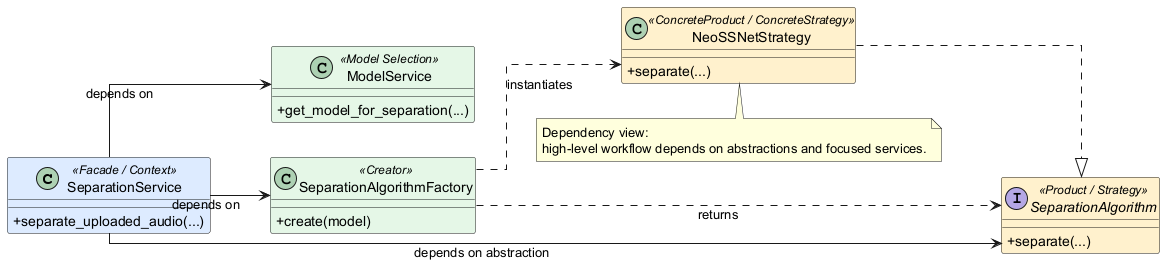
Earlier version of the PlantUML export docs/software_design_report/diagrams/img/overall_alt_dependency_view.png (ASHRAF-2004/Machine-Learning-Based-System-for-Cardiopulmonary-Sound-Separation). Its diagram source:
```plantuml
@startuml

left to right direction
skinparam classAttributeIconSize 0
skinparam linetype ortho
skinparam shadowing false

class "SeparationService" as Service <<Facade / Context>> #DCEBFF {
  +separate_uploaded_audio(...)
}

class "ModelService" as ModelService <<Model Selection>> #E4F7E7 {
  +get_model_for_separation(...)
}

class "SeparationAlgorithmFactory" as Factory <<Creator>> #E4F7E7 {
  +create(model)
}

interface "SeparationAlgorithm" as Algorithm <<Product / Strategy>> #FFF1CC {
  +separate(...)
}

class "NeoSSNetStrategy" as NeoSSNet <<ConcreteProduct / ConcreteStrategy>> #FFF1CC {
  +separate(...)
}

Service --> ModelService : depends on
Service --> Factory : depends on
Service --> Algorithm : depends on abstraction
Factory ..> Algorithm : returns
Factory ..> NeoSSNet : instantiates
NeoSSNet ..|> Algorithm

note bottom
  Dependency view:
  high-level workflow depends on abstractions and focused services.
end note

@enduml
```
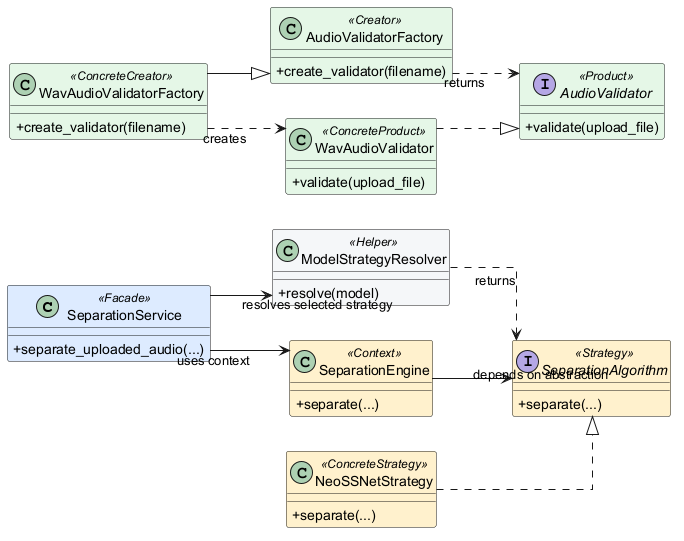
Above is the later version.

The edit, as a diff of the source:
```diff
@@ -5,36 +5,50 @@
 skinparam linetype ortho
 skinparam shadowing false
 
-class "SeparationService" as Service <<Facade / Context>> #DCEBFF {
+class "SeparationService" as Service <<Facade>> #DCEBFF {
   +separate_uploaded_audio(...)
 }
 
-class "ModelService" as ModelService <<Model Selection>> #E4F7E7 {
-  +get_model_for_separation(...)
+class "ModelStrategyResolver" as Resolver <<Helper>> #F4F6F8 {
+  +resolve(model)
 }
 
-class "SeparationAlgorithmFactory" as Factory <<Creator>> #E4F7E7 {
-  +create(model)
-}
-
-interface "SeparationAlgorithm" as Algorithm <<Product / Strategy>> #FFF1CC {
+class "SeparationEngine" as Engine <<Context>> #FFF1CC {
   +separate(...)
 }
 
-class "NeoSSNetStrategy" as NeoSSNet <<ConcreteProduct / ConcreteStrategy>> #FFF1CC {
+interface "SeparationAlgorithm" as Algorithm <<Strategy>> #FFF1CC {
   +separate(...)
 }
 
-Service --> ModelService : depends on
-Service --> Factory : depends on
-Service --> Algorithm : depends on abstraction
-Factory ..> Algorithm : returns
-Factory ..> NeoSSNet : instantiates
+class "NeoSSNetStrategy" as NeoSSNet <<ConcreteStrategy>> #FFF1CC {
+  +separate(...)
+}
+
+class "AudioValidatorFactory" as ValidatorFactory <<Creator>> #E4F7E7 {
+  +create_validator(filename)
+}
+
+class "WavAudioValidatorFactory" as WavValidatorFactory <<ConcreteCreator>> #E4F7E7 {
+  +create_validator(filename)
+}
+
+interface "AudioValidator" as Validator <<Product>> #E4F7E7 {
+  +validate(upload_file)
+}
+
+class "WavAudioValidator" as WavValidator <<ConcreteProduct>> #E4F7E7 {
+  +validate(upload_file)
+}
+
+Service --> Resolver : resolves selected strategy
+Service --> Engine : uses context
+Resolver ..> Algorithm : returns
+Engine --> Algorithm : depends on abstraction
 NeoSSNet ..|> Algorithm
-
-note bottom
-  Dependency view:
-  high-level workflow depends on abstractions and focused services.
-end note
+ValidatorFactory ..> Validator : returns
+WavValidatorFactory --|> ValidatorFactory
+WavValidatorFactory ..> WavValidator : creates
+WavValidator ..|> Validator
 
 @enduml
```
